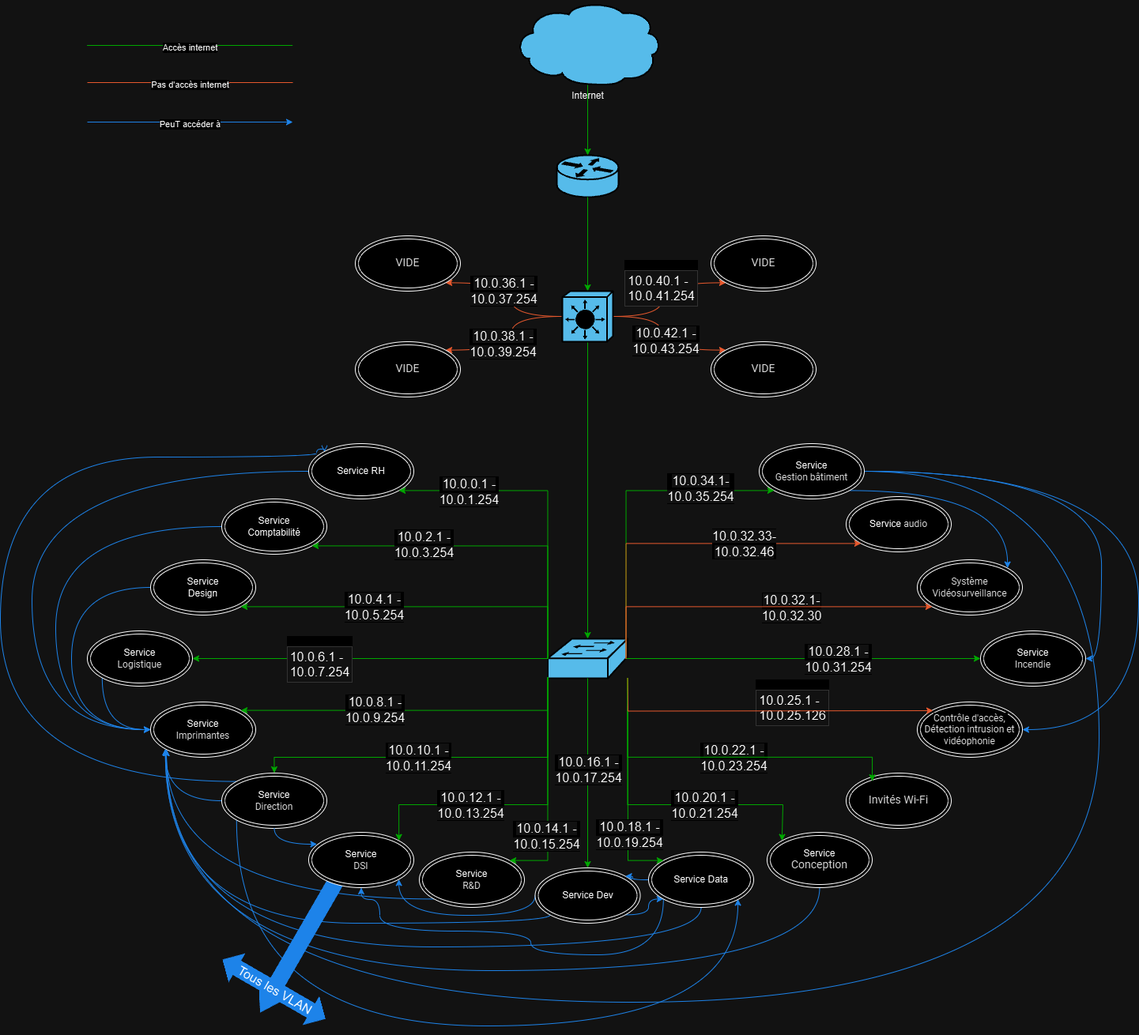
This is schémas/SchemaLogique.png from MaoenD/Projet_R-seau, a draw.io export, as it was before one commit. Source tidied: cells renumbered, new cells last; positions are measured from the earlier drawing's top-left corner, leaving out a move shared by most shapes.
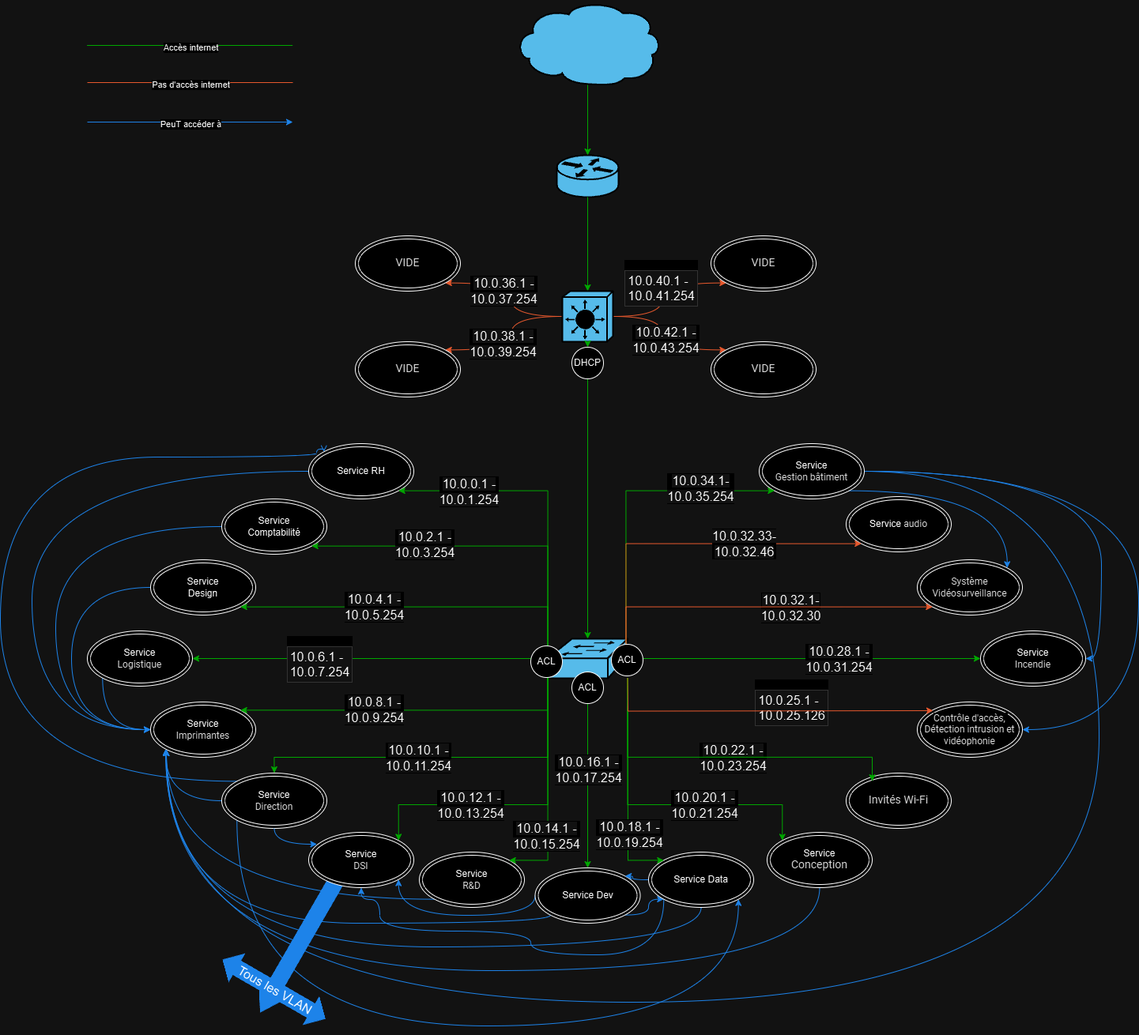
Later version of the same file.

Commit message:
improved schema logique

The edit, as a diff of the source:
```diff
@@ -8,7 +8,7 @@
     <mxCell id="3" style="edgeStyle=orthogonalEdgeStyle;rounded=0;jettySize=auto;html=1;strokeColor=#00CC00;exitX=0.5;exitY=1;exitDx=0;exitDy=0;exitPerimeter=0;entryX=0.5;entryY=0;entryDx=0;entryDy=0;entryPerimeter=0;" parent="1" edge="1" source="2" target="89">
       <mxGeometry relative="1" as="geometry" />
     </mxCell>
-    <mxCell id="4" value="Internet" style="shape=mxgraph.cisco.storage.cloud;sketch=0;html=1;dashed=0;fillColor=#036897;strokeColor=#ffffff;strokeWidth=2;verticalLabelPosition=bottom;verticalAlign=top;align=center;outlineConnect=0;" parent="1" vertex="1">
+    <mxCell id="4" style="shape=mxgraph.cisco.storage.cloud;sketch=0;html=1;dashed=0;fillColor=#036897;strokeColor=#ffffff;strokeWidth=2;verticalLabelPosition=bottom;verticalAlign=top;align=center;outlineConnect=0;" parent="1" vertex="1">
       <mxGeometry x="650" width="186" height="106" as="geometry" />
     </mxCell>
     <mxCell id="5" style="shape=mxgraph.cisco.switches.workgroup_switch;sketch=0;html=1;dashed=0;fillColor=#036897;strokeColor=#ffffff;strokeWidth=2;verticalLabelPosition=bottom;verticalAlign=top;align=center;outlineConnect=0;" parent="1" vertex="1">
@@ -17,7 +17,7 @@
     <mxCell id="6" style="edgeStyle=orthogonalEdgeStyle;rounded=0;jettySize=auto;html=1;strokeColor=#00CC00;entryX=0.5;entryY=0;entryDx=0;entryDy=0;entryPerimeter=0;" parent="1" edge="1" source="4" target="2">
       <mxGeometry relative="1" as="geometry" />
     </mxCell>
-    <mxCell id="7" style="edgeStyle=orthogonalEdgeStyle;rounded=0;jettySize=auto;html=1;entryX=0.5;entryY=0;entryDx=0;entryDy=0;entryPerimeter=0;strokeColor=#00CC00;exitX=0.5;exitY=1;exitDx=0;exitDy=0;exitPerimeter=0;" parent="1" edge="1" source="89" target="5">
+    <mxCell id="7" style="edgeStyle=orthogonalEdgeStyle;rounded=0;jettySize=auto;html=1;entryX=0.5;entryY=0;entryDx=0;entryDy=0;entryPerimeter=0;strokeColor=#00CC00;exitX=0.5;exitY=1;exitDx=0;exitDy=0;exitPerimeter=0;" parent="1" edge="1" source="103" target="5">
       <mxGeometry relative="1" as="geometry" />
     </mxCell>
     <mxCell id="8" style="edgeStyle=orthogonalEdgeStyle;rounded=0;jettySize=auto;html=1;exitX=0.5;exitY=0;exitDx=0;exitDy=0;strokeColor=#00CC00;endArrow=none;endFill=0;startArrow=classic;startFill=1;" parent="1" edge="1" source="13" target="5">
@@ -459,5 +459,20 @@
     <mxCell id="101" value="Service&lt;div&gt;&lt;span style=&quot;color: rgb(31, 31, 31); font-family: &amp;quot;Google Sans&amp;quot;, Roboto, sans-serif; text-align: start; white-space-collapse: preserve; background-color: rgb(255, 255, 255);&quot;&gt;DSI&lt;/span&gt;&lt;/div&gt;" style="ellipse;shape=doubleEllipse;whiteSpace=wrap;html=1;" parent="1" vertex="1">
       <mxGeometry x="390" y="1052" width="133" height="70" as="geometry" />
     </mxCell>
+    <mxCell id="102" style="edgeStyle=orthogonalEdgeStyle;rounded=0;jettySize=auto;html=1;entryX=0.5;entryY=0;entryDx=0;entryDy=0;entryPerimeter=0;strokeColor=#00CC00;exitX=0.5;exitY=1;exitDx=0;exitDy=0;exitPerimeter=0;" parent="1" edge="1" source="89" target="103">
+      <mxGeometry relative="1" as="geometry" />
+    </mxCell>
+    <mxCell id="103" value="DHCP" style="ellipse;whiteSpace=wrap;html=1;" parent="1" vertex="1">
+      <mxGeometry x="723" y="438" width="40" height="40" as="geometry" />
+    </mxCell>
+    <mxCell id="104" value="ACL" style="ellipse;whiteSpace=wrap;html=1;" parent="1" vertex="1">
+      <mxGeometry x="773" y="814" width="40" height="40" as="geometry" />
+    </mxCell>
+    <mxCell id="105" value="ACL" style="ellipse;whiteSpace=wrap;html=1;" parent="1" vertex="1">
+      <mxGeometry x="723" y="849" width="40" height="40" as="geometry" />
+    </mxCell>
+    <mxCell id="106" value="ACL" style="ellipse;whiteSpace=wrap;html=1;" parent="1" vertex="1">
+      <mxGeometry x="671" y="816" width="40" height="40" as="geometry" />
+    </mxCell>
   </root>
 </mxGraphModel>
```
